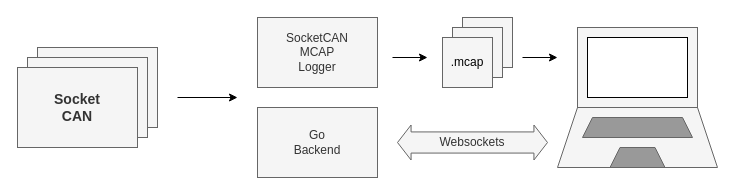
Earlier version of the draw.io diagram Frontend.drawio (YellowPirat/Drawings). Source tidied: cells renumbered, new cells numbered last; positions are measured from the earlier drawing's top-left corner, leaving out a move shared by most shapes. Both pictures are drawn from the tidied source at 100%, with x=0, y=0 at pixel (17, 17).
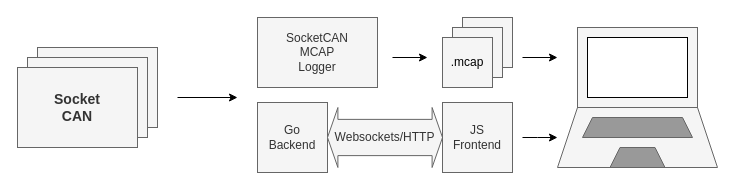
The same page after the edit.

Commit message (it also covers changes not shown here):
updated Frontend drawing

The edit, as a diff of the source:
```diff
@@
     <mxCell id="8" value="Go&lt;br&gt;Backend" style="rounded=0;whiteSpace=wrap;html=1;fillColor=#f5f5f5;fontColor=#333333;strokeColor=#666666;" parent="1" vertex="1">
-      <mxGeometry x="240" y="90" width="120" height="70" as="geometry" />
+      <mxGeometry x="240" y="85" width="70" height="70" as="geometry" />
     </mxCell>
@@
-    <mxCell id="16" value="Websockets" style="shape=doubleArrow;whiteSpace=wrap;html=1;arrowWidth=0.6040816326530636;arrowSize=0.09047619047619036;fillColor=#f5f5f5;fontColor=#333333;strokeColor=#666666;" parent="1" vertex="1">
-      <mxGeometry x="380" y="107.5" width="150" height="35" as="geometry" />
+    <mxCell id="16" value="Websockets/HTTP" style="shape=doubleArrow;whiteSpace=wrap;html=1;arrowWidth=0.6040816326530636;arrowSize=0.09047619047619036;fillColor=#f5f5f5;fontColor=#333333;strokeColor=#666666;" parent="1" vertex="1">
+      <mxGeometry x="310" y="90" width="115" height="60" as="geometry" />
     </mxCell>
@@
+    <mxCell id="20" value="JS&lt;br&gt;Front&lt;span style=&quot;background-color: transparent; color: light-dark(rgb(51, 51, 51), rgb(193, 193, 193));&quot;&gt;end&lt;/span&gt;" style="rounded=0;whiteSpace=wrap;html=1;fillColor=#f5f5f5;fontColor=#333333;strokeColor=#666666;" parent="1" vertex="1">
+      <mxGeometry x="425" y="85" width="70" height="70" as="geometry" />
+    </mxCell>
+    <mxCell id="21" style="endArrow=classic;html=1;rounded=0;" parent="1" edge="1">
+      <mxGeometry relative="1" as="geometry">
+        <mxPoint x="505" y="120" as="sourcePoint" />
+        <mxPoint x="540" y="120" as="targetPoint" />
+        <Array as="points">
+          <mxPoint x="520" y="120" />
+        </Array>
+      </mxGeometry>
+    </mxCell>
```
